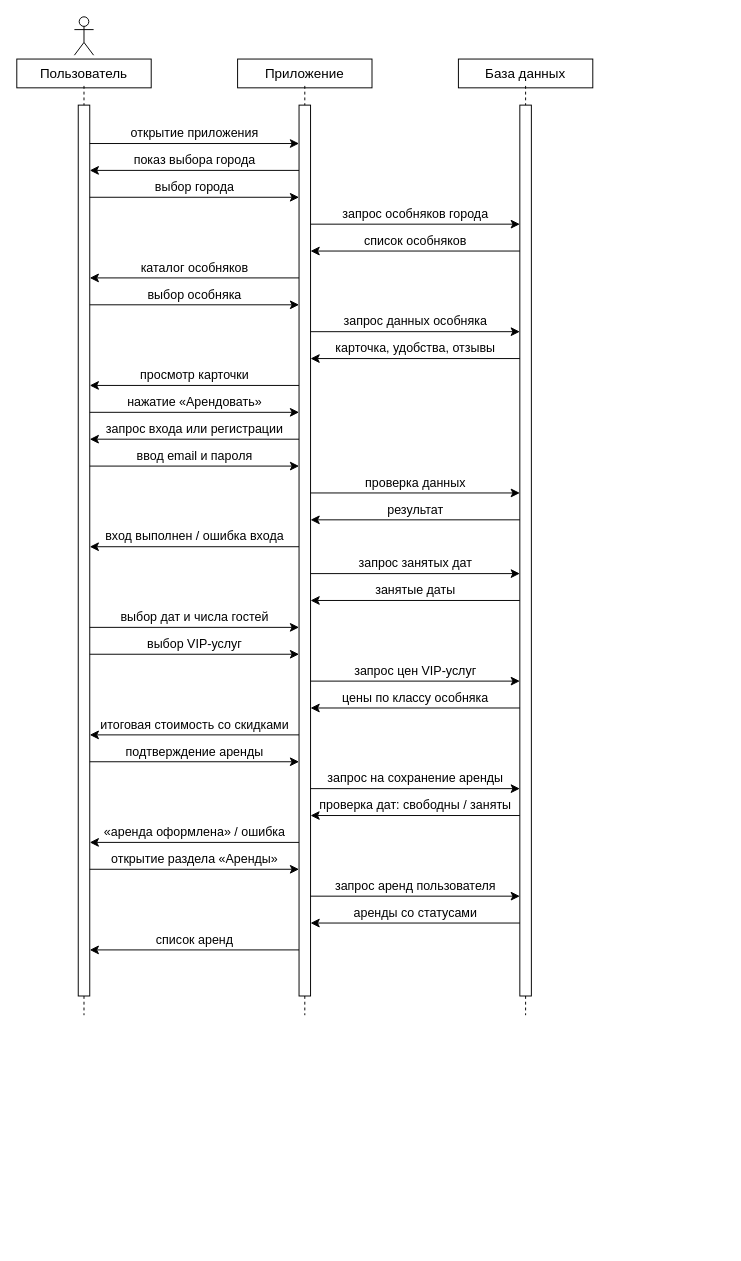
masterRaizer/WardClick keeps this draw.io diagram as docs/Диаграмма_последовательности.drawio. Above is the earlier version. Source tidied: cells renumbered, new cells numbered last; positions are measured from the earlier drawing's top-left corner, leaving out a move shared by most shapes. Both pictures are drawn from the tidied source at 96%, with x=0, y=0 at pixel (16, 16).
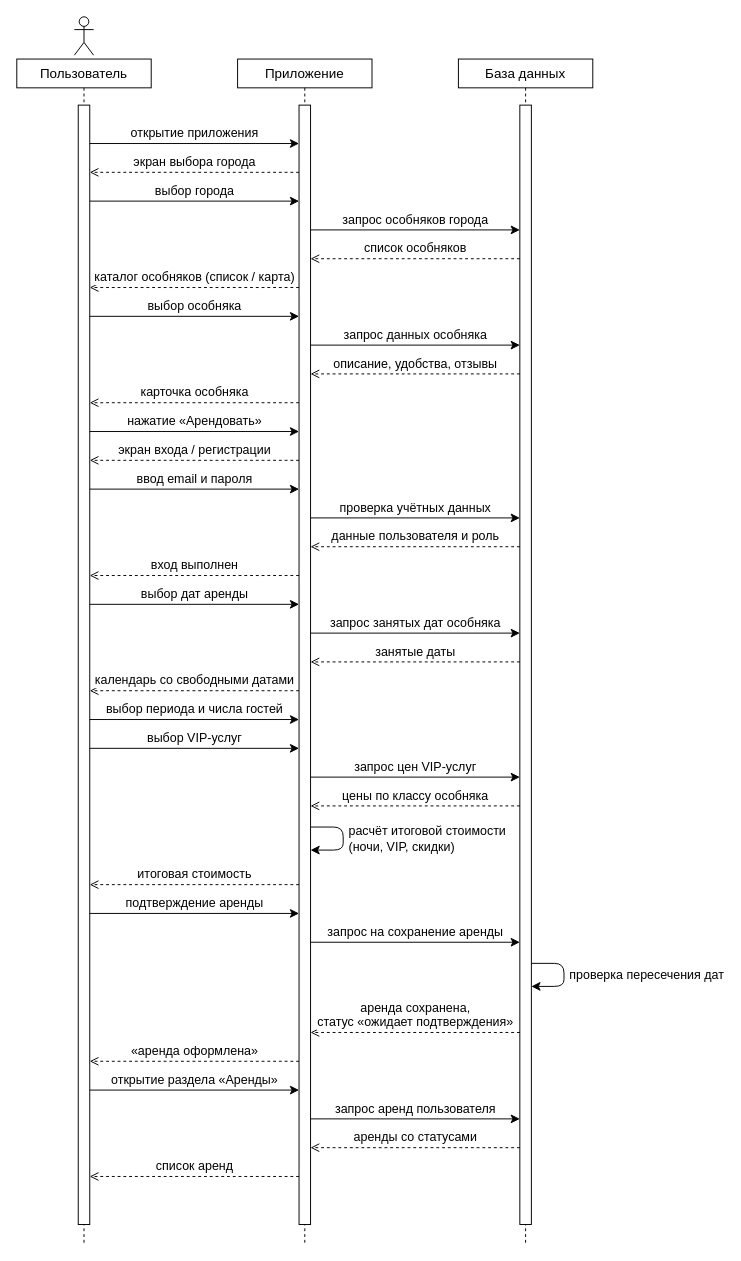
The same page after the edit.

Commit message (it also covers changes not shown here):
Диаграммы по логике приложения: вход только при бронировании

What changed in the source:
```diff
@@
     <mxCell id="4" style="endArrow=none;dashed=1;html=1;strokeColor=#000000;" parent="1" edge="1">
       <mxGeometry relative="1" as="geometry">
-        <mxPoint x="70" y="72" as="sourcePoint" />
-        <mxPoint x="70" y="1040" as="targetPoint" />
+        <mxPoint x="70" y="74" as="sourcePoint" />
+        <mxPoint x="70" y="1278" as="targetPoint" />
       </mxGeometry>
     </mxCell>
     <mxCell id="5" style="rounded=0;whiteSpace=wrap;html=1;fillColor=#ffffff;strokeColor=#000000;" parent="1" vertex="1">
-      <mxGeometry x="64" y="92" width="12" height="928" as="geometry" />
+      <mxGeometry x="64" y="92" width="12" height="1166" as="geometry" />
     </mxCell>
@@
     <mxCell id="7" style="endArrow=none;dashed=1;html=1;strokeColor=#000000;" parent="1" edge="1">
       <mxGeometry relative="1" as="geometry">
-        <mxPoint x="300" y="72" as="sourcePoint" />
-        <mxPoint x="300" y="1040" as="targetPoint" />
+        <mxPoint x="300" y="74" as="sourcePoint" />
+        <mxPoint x="300" y="1278" as="targetPoint" />
       </mxGeometry>
     </mxCell>
     <mxCell id="8" style="rounded=0;whiteSpace=wrap;html=1;fillColor=#ffffff;strokeColor=#000000;" parent="1" vertex="1">
-      <mxGeometry x="294" y="92" width="12" height="928" as="geometry" />
+      <mxGeometry x="294" y="92" width="12" height="1166" as="geometry" />
     </mxCell>
@@
     <mxCell id="10" style="endArrow=none;dashed=1;html=1;strokeColor=#000000;" parent="1" edge="1">
       <mxGeometry relative="1" as="geometry">
-        <mxPoint x="530" y="72" as="sourcePoint" />
-        <mxPoint x="530" y="1040" as="targetPoint" />
+        <mxPoint x="530" y="74" as="sourcePoint" />
+        <mxPoint x="530" y="1278" as="targetPoint" />
       </mxGeometry>
     </mxCell>
     <mxCell id="11" style="rounded=0;whiteSpace=wrap;html=1;fillColor=#ffffff;strokeColor=#000000;" parent="1" vertex="1">
-      <mxGeometry x="524" y="92" width="12" height="928" as="geometry" />
+      <mxGeometry x="524" y="92" width="12" height="1166" as="geometry" />
     </mxCell>
@@
-    <mxCell id="13" value="показ выбора города" style="html=1;endArrow=classic;endSize=7;strokeColor=#000000;verticalAlign=bottom;fontFamily=Helvetica;fontSize=13;" parent="1" edge="1">
+    <mxCell id="13" value="экран выбора города" style="html=1;endArrow=classic;endSize=7;strokeColor=#000000;verticalAlign=bottom;fontFamily=Helvetica;fontSize=13;dashed=1;endArrow=open;" parent="1" edge="1">
       <mxGeometry relative="1" as="geometry">
-        <mxPoint x="294" y="160" as="sourcePoint" />
-        <mxPoint x="76" y="160" as="targetPoint" />
+        <mxPoint x="294" y="162" as="sourcePoint" />
+        <mxPoint x="76" y="162" as="targetPoint" />
       </mxGeometry>
     </mxCell>
     <mxCell id="14" value="выбор города" style="html=1;endArrow=classic;endSize=7;strokeColor=#000000;verticalAlign=bottom;fontFamily=Helvetica;fontSize=13;" parent="1" edge="1">
       <mxGeometry relative="1" as="geometry">
-        <mxPoint x="76" y="188" as="sourcePoint" />
-        <mxPoint x="294" y="188" as="targetPoint" />
+        <mxPoint x="76" y="192" as="sourcePoint" />
+        <mxPoint x="294" y="192" as="targetPoint" />
       </mxGeometry>
     </mxCell>
     <mxCell id="15" value="запрос особняков города" style="html=1;endArrow=classic;endSize=7;strokeColor=#000000;verticalAlign=bottom;fontFamily=Helvetica;fontSize=13;" parent="1" edge="1">
       <mxGeometry relative="1" as="geometry">
-        <mxPoint x="306" y="216" as="sourcePoint" />
-        <mxPoint x="524" y="216" as="targetPoint" />
+        <mxPoint x="306" y="222" as="sourcePoint" />
+        <mxPoint x="524" y="222" as="targetPoint" />
       </mxGeometry>
     </mxCell>
-    <mxCell id="16" value="список особняков" style="html=1;endArrow=classic;endSize=7;strokeColor=#000000;verticalAlign=bottom;fontFamily=Helvetica;fontSize=13;" parent="1" edge="1">
+    <mxCell id="16" value="список особняков" style="html=1;endArrow=classic;endSize=7;strokeColor=#000000;verticalAlign=bottom;fontFamily=Helvetica;fontSize=13;dashed=1;endArrow=open;" parent="1" edge="1">
       <mxGeometry relative="1" as="geometry">
-        <mxPoint x="524" y="244" as="sourcePoint" />
-        <mxPoint x="306" y="244" as="targetPoint" />
+        <mxPoint x="524" y="252" as="sourcePoint" />
+        <mxPoint x="306" y="252" as="targetPoint" />
       </mxGeometry>
     </mxCell>
-    <mxCell id="17" value="каталог особняков" style="html=1;endArrow=classic;endSize=7;strokeColor=#000000;verticalAlign=bottom;fontFamily=Helvetica;fontSize=13;" parent="1" edge="1">
+    <mxCell id="17" value="каталог особняков (список / карта)" style="html=1;endArrow=classic;endSize=7;strokeColor=#000000;verticalAlign=bottom;fontFamily=Helvetica;fontSize=13;dashed=1;endArrow=open;" parent="1" edge="1">
       <mxGeometry relative="1" as="geometry">
-        <mxPoint x="294" y="272" as="sourcePoint" />
-        <mxPoint x="76" y="272" as="targetPoint" />
+        <mxPoint x="294" y="282" as="sourcePoint" />
+        <mxPoint x="76" y="282" as="targetPoint" />
       </mxGeometry>
     </mxCell>
     <mxCell id="18" value="выбор особняка" style="html=1;endArrow=classic;endSize=7;strokeColor=#000000;verticalAlign=bottom;fontFamily=Helvetica;fontSize=13;" parent="1" edge="1">
       <mxGeometry relative="1" as="geometry">
-        <mxPoint x="76" y="300" as="sourcePoint" />
-        <mxPoint x="294" y="300" as="targetPoint" />
+        <mxPoint x="76" y="312" as="sourcePoint" />
+        <mxPoint x="294" y="312" as="targetPoint" />
       </mxGeometry>
     </mxCell>
     <mxCell id="19" value="запрос данных особняка" style="html=1;endArrow=classic;endSize=7;strokeColor=#000000;verticalAlign=bottom;fontFamily=Helvetica;fontSize=13;" parent="1" edge="1">
       <mxGeometry relative="1" as="geometry">
-        <mxPoint x="306" y="328" as="sourcePoint" />
-        <mxPoint x="524" y="328" as="targetPoint" />
+        <mxPoint x="306" y="342" as="sourcePoint" />
+        <mxPoint x="524" y="342" as="targetPoint" />
       </mxGeometry>
     </mxCell>
-    <mxCell id="20" value="карточка, удобства, отзывы" style="html=1;endArrow=classic;endSize=7;strokeColor=#000000;verticalAlign=bottom;fontFamily=Helvetica;fontSize=13;" parent="1" edge="1">
+    <mxCell id="20" value="описание, удобства, отзывы" style="html=1;endArrow=classic;endSize=7;strokeColor=#000000;verticalAlign=bottom;fontFamily=Helvetica;fontSize=13;dashed=1;endArrow=open;" parent="1" edge="1">
       <mxGeometry relative="1" as="geometry">
-        <mxPoint x="524" y="356" as="sourcePoint" />
-        <mxPoint x="306" y="356" as="targetPoint" />
+        <mxPoint x="524" y="372" as="sourcePoint" />
+        <mxPoint x="306" y="372" as="targetPoint" />
       </mxGeometry>
     </mxCell>
-    <mxCell id="21" value="просмотр карточки" style="html=1;endArrow=classic;endSize=7;strokeColor=#000000;verticalAlign=bottom;fontFamily=Helvetica;fontSize=13;" parent="1" edge="1">
+    <mxCell id="21" value="карточка особняка" style="html=1;endArrow=classic;endSize=7;strokeColor=#000000;verticalAlign=bottom;fontFamily=Helvetica;fontSize=13;dashed=1;endArrow=open;" parent="1" edge="1">
       <mxGeometry relative="1" as="geometry">
-        <mxPoint x="294" y="384" as="sourcePoint" />
-        <mxPoint x="76" y="384" as="targetPoint" />
+        <mxPoint x="294" y="402" as="sourcePoint" />
+        <mxPoint x="76" y="402" as="targetPoint" />
       </mxGeometry>
     </mxCell>
     <mxCell id="22" value="нажатие «Арендовать»" style="html=1;endArrow=classic;endSize=7;strokeColor=#000000;verticalAlign=bottom;fontFamily=Helvetica;fontSize=13;" parent="1" edge="1">
       <mxGeometry relative="1" as="geometry">
-        <mxPoint x="76" y="412" as="sourcePoint" />
-        <mxPoint x="294" y="412" as="targetPoint" />
+        <mxPoint x="76" y="432" as="sourcePoint" />
+        <mxPoint x="294" y="432" as="targetPoint" />
       </mxGeometry>
     </mxCell>
-    <mxCell id="23" value="запрос входа или регистрации" style="html=1;endArrow=classic;endSize=7;strokeColor=#000000;verticalAlign=bottom;fontFamily=Helvetica;fontSize=13;" parent="1" edge="1">
+    <mxCell id="23" value="экран входа / регистрации" style="html=1;endArrow=classic;endSize=7;strokeColor=#000000;verticalAlign=bottom;fontFamily=Helvetica;fontSize=13;dashed=1;endArrow=open;" parent="1" edge="1">
       <mxGeometry relative="1" as="geometry">
-        <mxPoint x="294" y="440" as="sourcePoint" />
-        <mxPoint x="76" y="440" as="targetPoint" />
+        <mxPoint x="294" y="462" as="sourcePoint" />
+        <mxPoint x="76" y="462" as="targetPoint" />
       </mxGeometry>
     </mxCell>
     <mxCell id="24" value="ввод email и пароля" style="html=1;endArrow=classic;endSize=7;strokeColor=#000000;verticalAlign=bottom;fontFamily=Helvetica;fontSize=13;" parent="1" edge="1">
       <mxGeometry relative="1" as="geometry">
-        <mxPoint x="76" y="468" as="sourcePoint" />
-        <mxPoint x="294" y="468" as="targetPoint" />
+        <mxPoint x="76" y="492" as="sourcePoint" />
+        <mxPoint x="294" y="492" as="targetPoint" />
       </mxGeometry>
     </mxCell>
-    <mxCell id="25" value="проверка данных" style="html=1;endArrow=classic;endSize=7;strokeColor=#000000;verticalAlign=bottom;fontFamily=Helvetica;fontSize=13;" parent="1" edge="1">
+    <mxCell id="25" value="проверка учётных данных" style="html=1;endArrow=classic;endSize=7;strokeColor=#000000;verticalAlign=bottom;fontFamily=Helvetica;fontSize=13;" parent="1" edge="1">
       <mxGeometry relative="1" as="geometry">
-        <mxPoint x="306" y="496" as="sourcePoint" />
-        <mxPoint x="524" y="496" as="targetPoint" />
+        <mxPoint x="306" y="522" as="sourcePoint" />
+        <mxPoint x="524" y="522" as="targetPoint" />
       </mxGeometry>
     </mxCell>
-    <mxCell id="26" value="результат" style="html=1;endArrow=classic;endSize=7;strokeColor=#000000;verticalAlign=bottom;fontFamily=Helvetica;fontSize=13;" parent="1" edge="1">
+    <mxCell id="26" value="данные пользователя и роль" style="html=1;endArrow=classic;endSize=7;strokeColor=#000000;verticalAlign=bottom;fontFamily=Helvetica;fontSize=13;dashed=1;endArrow=open;" parent="1" edge="1">
       <mxGeometry relative="1" as="geometry">
-        <mxPoint x="524" y="524" as="sourcePoint" />
-        <mxPoint x="306" y="524" as="targetPoint" />
+        <mxPoint x="524" y="552" as="sourcePoint" />
+        <mxPoint x="306" y="552" as="targetPoint" />
       </mxGeometry>
     </mxCell>
-    <mxCell id="27" value="вход выполнен / ошибка входа" style="html=1;endArrow=classic;endSize=7;strokeColor=#000000;verticalAlign=bottom;fontFamily=Helvetica;fontSize=13;" parent="1" edge="1">
+    <mxCell id="27" value="вход выполнен" style="html=1;endArrow=classic;endSize=7;strokeColor=#000000;verticalAlign=bottom;fontFamily=Helvetica;fontSize=13;dashed=1;endArrow=open;" parent="1" edge="1">
       <mxGeometry relative="1" as="geometry">
-        <mxPoint x="294" y="552" as="sourcePoint" />
-        <mxPoint x="76" y="552" as="targetPoint" />
+        <mxPoint x="294" y="582" as="sourcePoint" />
+        <mxPoint x="76" y="582" as="targetPoint" />
       </mxGeometry>
     </mxCell>
-    <mxCell id="28" value="запрос занятых дат" style="html=1;endArrow=classic;endSize=7;strokeColor=#000000;verticalAlign=bottom;fontFamily=Helvetica;fontSize=13;" parent="1" edge="1">
+    <mxCell id="28" value="выбор дат аренды" style="html=1;endArrow=classic;endSize=7;strokeColor=#000000;verticalAlign=bottom;fontFamily=Helvetica;fontSize=13;" parent="1" edge="1">
       <mxGeometry relative="1" as="geometry">
-        <mxPoint x="306" y="580" as="sourcePoint" />
-        <mxPoint x="524" y="580" as="targetPoint" />
+        <mxPoint x="76" y="612" as="sourcePoint" />
+        <mxPoint x="294" y="612" as="targetPoint" />
       </mxGeometry>
     </mxCell>
-    <mxCell id="29" value="занятые даты" style="html=1;endArrow=classic;endSize=7;strokeColor=#000000;verticalAlign=bottom;fontFamily=Helvetica;fontSize=13;" parent="1" edge="1">
+    <mxCell id="29" value="запрос занятых дат особняка" style="html=1;endArrow=classic;endSize=7;strokeColor=#000000;verticalAlign=bottom;fontFamily=Helvetica;fontSize=13;" parent="1" edge="1">
       <mxGeometry relative="1" as="geometry">
-        <mxPoint x="524" y="608" as="sourcePoint" />
-        <mxPoint x="306" y="608" as="targetPoint" />
+        <mxPoint x="306" y="642" as="sourcePoint" />
+        <mxPoint x="524" y="642" as="targetPoint" />
       </mxGeometry>
     </mxCell>
-    <mxCell id="30" value="выбор дат и числа гостей" style="html=1;endArrow=classic;endSize=7;strokeColor=#000000;verticalAlign=bottom;fontFamily=Helvetica;fontSize=13;" parent="1" edge="1">
+    <mxCell id="30" value="занятые даты" style="html=1;endArrow=classic;endSize=7;strokeColor=#000000;verticalAlign=bottom;fontFamily=Helvetica;fontSize=13;dashed=1;endArrow=open;" parent="1" edge="1">
       <mxGeometry relative="1" as="geometry">
-        <mxPoint x="76" y="636" as="sourcePoint" />
-        <mxPoint x="294" y="636" as="targetPoint" />
+        <mxPoint x="524" y="672" as="sourcePoint" />
+        <mxPoint x="306" y="672" as="targetPoint" />
       </mxGeometry>
     </mxCell>
-    <mxCell id="31" value="выбор VIP-услуг" style="html=1;endArrow=classic;endSize=7;strokeColor=#000000;verticalAlign=bottom;fontFamily=Helvetica;fontSize=13;" parent="1" edge="1">
+    <mxCell id="31" value="календарь со свободными датами" style="html=1;endArrow=classic;endSize=7;strokeColor=#000000;verticalAlign=bottom;fontFamily=Helvetica;fontSize=13;dashed=1;endArrow=open;" parent="1" edge="1">
       <mxGeometry relative="1" as="geometry">
-        <mxPoint x="76" y="664" as="sourcePoint" />
-        <mxPoint x="294" y="664" as="targetPoint" />
+        <mxPoint x="294" y="702" as="sourcePoint" />
+        <mxPoint x="76" y="702" as="targetPoint" />
       </mxGeometry>
     </mxCell>
-    <mxCell id="32" value="запрос цен VIP-услуг" style="html=1;endArrow=classic;endSize=7;strokeColor=#000000;verticalAlign=bottom;fontFamily=Helvetica;fontSize=13;" parent="1" edge="1">
+    <mxCell id="32" value="выбор периода и числа гостей" style="html=1;endArrow=classic;endSize=7;strokeColor=#000000;verticalAlign=bottom;fontFamily=Helvetica;fontSize=13;" parent="1" edge="1">
       <mxGeometry relative="1" as="geometry">
-        <mxPoint x="306" y="692" as="sourcePoint" />
-        <mxPoint x="524" y="692" as="targetPoint" />
+        <mxPoint x="76" y="732" as="sourcePoint" />
+        <mxPoint x="294" y="732" as="targetPoint" />
       </mxGeometry>
     </mxCell>
-    <mxCell id="33" value="цены по классу особняка" style="html=1;endArrow=classic;endSize=7;strokeColor=#000000;verticalAlign=bottom;fontFamily=Helvetica;fontSize=13;" parent="1" edge="1">
+    <mxCell id="33" value="выбор VIP-услуг" style="html=1;endArrow=classic;endSize=7;strokeColor=#000000;verticalAlign=bottom;fontFamily=Helvetica;fontSize=13;" parent="1" edge="1">
       <mxGeometry relative="1" as="geometry">
-        <mxPoint x="524" y="720" as="sourcePoint" />
-        <mxPoint x="306" y="720" as="targetPoint" />
+        <mxPoint x="76" y="762" as="sourcePoint" />
+        <mxPoint x="294" y="762" as="targetPoint" />
       </mxGeometry>
     </mxCell>
-    <mxCell id="34" value="итоговая стоимость со скидками" style="html=1;endArrow=classic;endSize=7;strokeColor=#000000;verticalAlign=bottom;fontFamily=Helvetica;fontSize=13;" parent="1" edge="1">
+    <mxCell id="34" value="запрос цен VIP-услуг" style="html=1;endArrow=classic;endSize=7;strokeColor=#000000;verticalAlign=bottom;fontFamily=Helvetica;fontSize=13;" parent="1" edge="1">
       <mxGeometry relative="1" as="geometry">
-        <mxPoint x="294" y="748" as="sourcePoint" />
-        <mxPoint x="76" y="748" as="targetPoint" />
+        <mxPoint x="306" y="792" as="sourcePoint" />
+        <mxPoint x="524" y="792" as="targetPoint" />
       </mxGeometry>
     </mxCell>
-    <mxCell id="35" value="подтверждение аренды" style="html=1;endArrow=classic;endSize=7;strokeColor=#000000;verticalAlign=bottom;fontFamily=Helvetica;fontSize=13;" parent="1" edge="1">
+    <mxCell id="35" value="цены по классу особняка" style="html=1;endArrow=classic;endSize=7;strokeColor=#000000;verticalAlign=bottom;fontFamily=Helvetica;fontSize=13;dashed=1;endArrow=open;" parent="1" edge="1">
       <mxGeometry relative="1" as="geometry">
-        <mxPoint x="76" y="776" as="sourcePoint" />
-        <mxPoint x="294" y="776" as="targetPoint" />
+        <mxPoint x="524" y="822" as="sourcePoint" />
+        <mxPoint x="306" y="822" as="targetPoint" />
       </mxGeometry>
     </mxCell>
-    <mxCell id="36" value="запрос на сохранение аренды" style="html=1;endArrow=classic;endSize=7;strokeColor=#000000;verticalAlign=bottom;fontFamily=Helvetica;fontSize=13;" parent="1" edge="1">
+    <mxCell id="36" value="расчёт итоговой стоимости&lt;br&gt;(ночи, VIP, скидки)" style="html=1;endArrow=classic;endSize=7;strokeColor=#000000;align=left;verticalAlign=middle;spacingLeft=4;fontFamily=Helvetica;fontSize=13;" parent="1" edge="1">
       <mxGeometry relative="1" as="geometry">
-        <mxPoint x="306" y="804" as="sourcePoint" />
-        <mxPoint x="524" y="804" as="targetPoint" />
+        <mxPoint x="306" y="844" as="sourcePoint" />
+        <mxPoint x="306" y="868" as="targetPoint" />
+        <Array as="points">
+          <mxPoint x="340" y="844" />
+          <mxPoint x="340" y="868" />
+        </Array>
       </mxGeometry>
     </mxCell>
-    <mxCell id="37" value="проверка дат: свободны / заняты" style="html=1;endArrow=classic;endSize=7;strokeColor=#000000;verticalAlign=bottom;fontFamily=Helvetica;fontSize=13;" parent="1" edge="1">
+    <mxCell id="37" value="итоговая стоимость" style="html=1;endArrow=classic;endSize=7;strokeColor=#000000;verticalAlign=bottom;fontFamily=Helvetica;fontSize=13;dashed=1;endArrow=open;" parent="1" edge="1">
       <mxGeometry relative="1" as="geometry">
-        <mxPoint x="524" y="832" as="sourcePoint" />
-        <mxPoint x="306" y="832" as="targetPoint" />
+        <mxPoint x="294" y="904" as="sourcePoint" />
+        <mxPoint x="76" y="904" as="targetPoint" />
       </mxGeometry>
     </mxCell>
-    <mxCell id="38" value="«аренда оформлена» / ошибка" style="html=1;endArrow=classic;endSize=7;strokeColor=#000000;verticalAlign=bottom;fontFamily=Helvetica;fontSize=13;" parent="1" edge="1">
+    <mxCell id="38" value="подтверждение аренды" style="html=1;endArrow=classic;endSize=7;strokeColor=#000000;verticalAlign=bottom;fontFamily=Helvetica;fontSize=13;" parent="1" edge="1">
       <mxGeometry relative="1" as="geometry">
-        <mxPoint x="294" y="860" as="sourcePoint" />
-        <mxPoint x="76" y="860" as="targetPoint" />
+        <mxPoint x="76" y="934" as="sourcePoint" />
+        <mxPoint x="294" y="934" as="targetPoint" />
       </mxGeometry>
     </mxCell>
-    <mxCell id="39" value="открытие раздела «Аренды»" style="html=1;endArrow=classic;endSize=7;strokeColor=#000000;verticalAlign=bottom;fontFamily=Helvetica;fontSize=13;" parent="1" edge="1">
+    <mxCell id="39" value="запрос на сохранение аренды" style="html=1;endArrow=classic;endSize=7;strokeColor=#000000;verticalAlign=bottom;fontFamily=Helvetica;fontSize=13;" parent="1" edge="1">
       <mxGeometry relative="1" as="geometry">
-        <mxPoint x="76" y="888" as="sourcePoint" />
-        <mxPoint x="294" y="888" as="targetPoint" />
+        <mxPoint x="306" y="964" as="sourcePoint" />
+        <mxPoint x="524" y="964" as="targetPoint" />
       </mxGeometry>
     </mxCell>
-    <mxCell id="40" value="запрос аренд пользователя" style="html=1;endArrow=classic;endSize=7;strokeColor=#000000;verticalAlign=bottom;fontFamily=Helvetica;fontSize=13;" parent="1" edge="1">
+    <mxCell id="40" value="проверка пересечения дат" style="html=1;endArrow=classic;endSize=7;strokeColor=#000000;align=left;verticalAlign=middle;spacingLeft=4;fontFamily=Helvetica;fontSize=13;" parent="1" edge="1">
       <mxGeometry relative="1" as="geometry">
-        <mxPoint x="306" y="916" as="sourcePoint" />
-        <mxPoint x="524" y="916" as="targetPoint" />
+        <mxPoint x="536" y="986" as="sourcePoint" />
+        <mxPoint x="536" y="1010" as="targetPoint" />
+        <Array as="points">
+          <mxPoint x="570" y="986" />
+          <mxPoint x="570" y="1010" />
+        </Array>
       </mxGeometry>
     </mxCell>
-    <mxCell id="41" value="аренды со статусами" style="html=1;endArrow=classic;endSize=7;strokeColor=#000000;verticalAlign=bottom;fontFamily=Helvetica;fontSize=13;" parent="1" edge="1">
+    <mxCell id="41" value="аренда сохранена,&lt;br&gt;статус «ожидает подтверждения»" style="html=1;endArrow=classic;endSize=7;strokeColor=#000000;verticalAlign=bottom;fontFamily=Helvetica;fontSize=13;dashed=1;endArrow=open;" parent="1" edge="1">
       <mxGeometry relative="1" as="geometry">
-        <mxPoint x="524" y="944" as="sourcePoint" />
-        <mxPoint x="306" y="944" as="targetPoint" />
+        <mxPoint x="524" y="1058" as="sourcePoint" />
+        <mxPoint x="306" y="1058" as="targetPoint" />
       </mxGeometry>
     </mxCell>
-    <mxCell id="42" value="список аренд" style="html=1;endArrow=classic;endSize=7;strokeColor=#000000;verticalAlign=bottom;fontFamily=Helvetica;fontSize=13;" parent="1" edge="1">
+    <mxCell id="42" value="«аренда оформлена»" style="html=1;endArrow=classic;endSize=7;strokeColor=#000000;verticalAlign=bottom;fontFamily=Helvetica;fontSize=13;dashed=1;endArrow=open;" parent="1" edge="1">
       <mxGeometry relative="1" as="geometry">
-        <mxPoint x="294" y="972" as="sourcePoint" />
-        <mxPoint x="76" y="972" as="targetPoint" />
+        <mxPoint x="294" y="1088" as="sourcePoint" />
+        <mxPoint x="76" y="1088" as="targetPoint" />
       </mxGeometry>
     </mxCell>
+    <mxCell id="43" value="открытие раздела «Аренды»" style="html=1;endArrow=classic;endSize=7;strokeColor=#000000;verticalAlign=bottom;fontFamily=Helvetica;fontSize=13;" parent="1" edge="1">
+      <mxGeometry relative="1" as="geometry">
+        <mxPoint x="76" y="1118" as="sourcePoint" />
+        <mxPoint x="294" y="1118" as="targetPoint" />
+      </mxGeometry>
+    </mxCell>
+    <mxCell id="44" value="запрос аренд пользователя" style="html=1;endArrow=classic;endSize=7;strokeColor=#000000;verticalAlign=bottom;fontFamily=Helvetica;fontSize=13;" parent="1" edge="1">
+      <mxGeometry relative="1" as="geometry">
+        <mxPoint x="306" y="1148" as="sourcePoint" />
+        <mxPoint x="524" y="1148" as="targetPoint" />
+      </mxGeometry>
+    </mxCell>
+    <mxCell id="45" value="аренды со статусами" style="html=1;endArrow=classic;endSize=7;strokeColor=#000000;verticalAlign=bottom;fontFamily=Helvetica;fontSize=13;dashed=1;endArrow=open;" parent="1" edge="1">
+      <mxGeometry relative="1" as="geometry">
+        <mxPoint x="524" y="1178" as="sourcePoint" />
+        <mxPoint x="306" y="1178" as="targetPoint" />
+      </mxGeometry>
+    </mxCell>
+    <mxCell id="46" value="список аренд" style="html=1;endArrow=classic;endSize=7;strokeColor=#000000;verticalAlign=bottom;fontFamily=Helvetica;fontSize=13;dashed=1;endArrow=open;" parent="1" edge="1">
+      <mxGeometry relative="1" as="geometry">
+        <mxPoint x="294" y="1208" as="sourcePoint" />
+        <mxPoint x="76" y="1208" as="targetPoint" />
+      </mxGeometry>
+    </mxCell>
```
